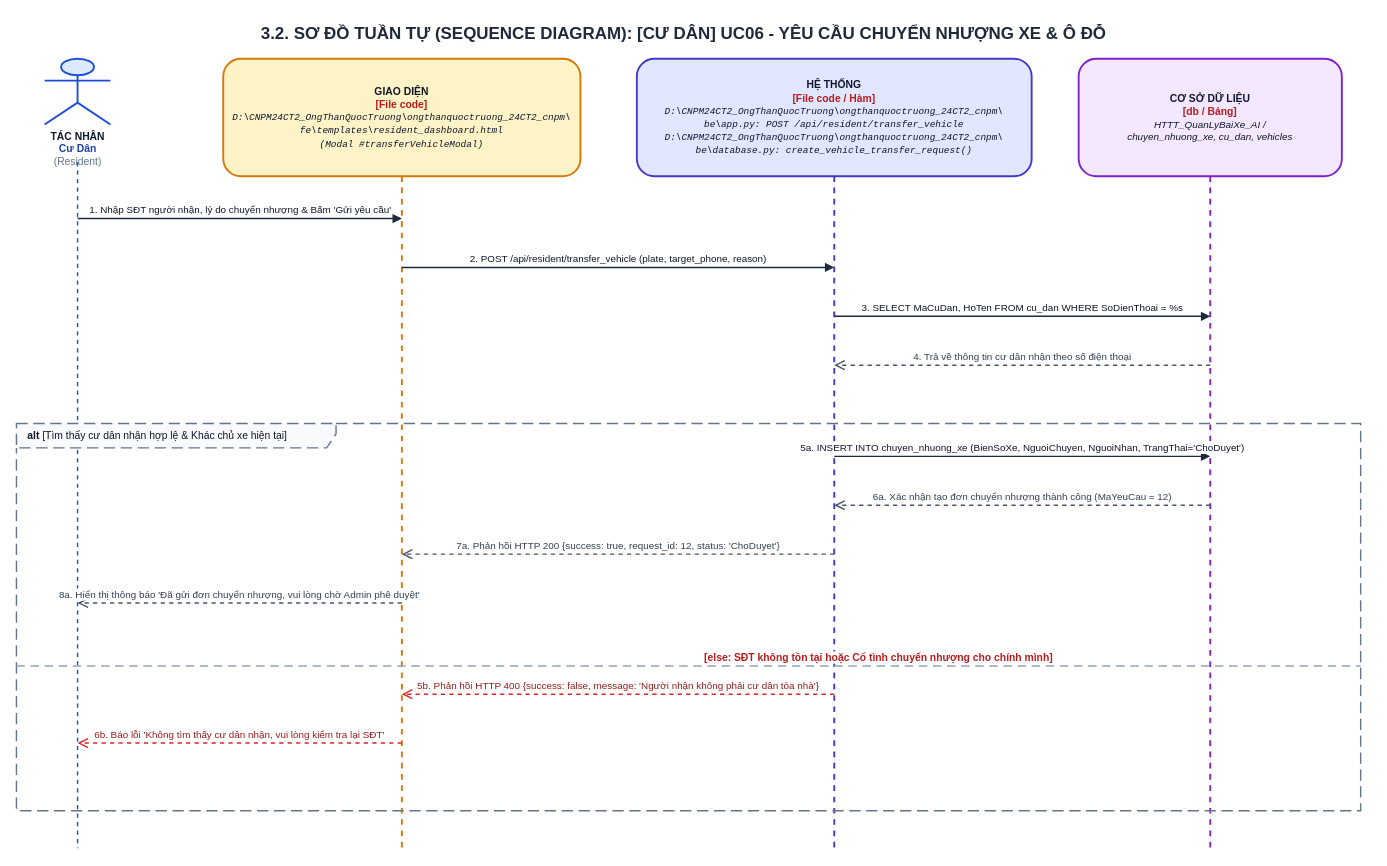
Above: ongthanquoctruong_24CT2_cnpm/docs/drawio/uc06_resident_transfer_request.drawio in Truong027/CNPM24 (draw.io), before the change. Source tidied: cells renumbered, new cells numbered last; positions are measured from the earlier drawing's top-left corner, leaving out a move shared by most shapes. Both pictures are drawn from the tidied source at 94%, with x=0, y=0 at pixel (16, 16).
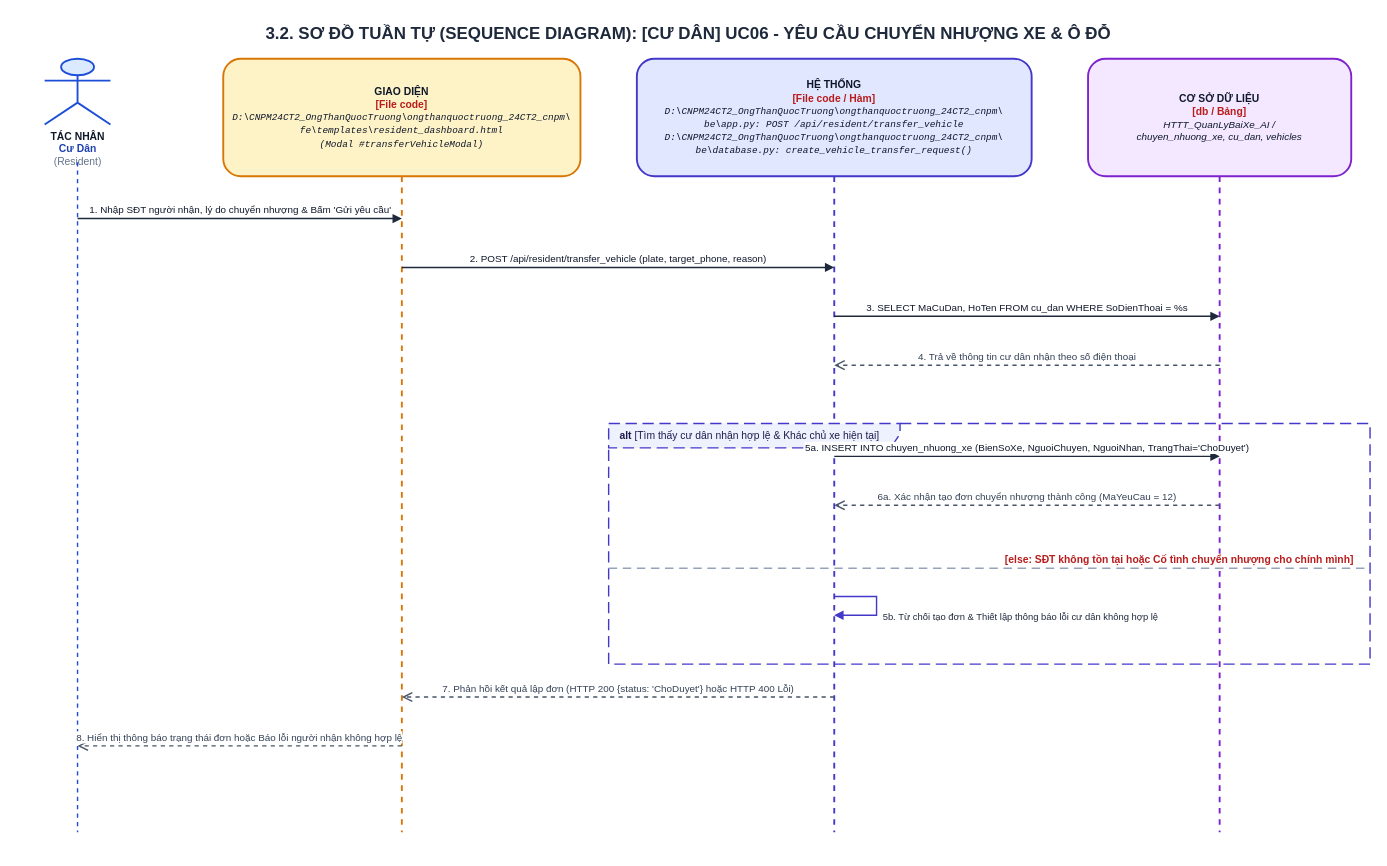
The same page after the edit.

The edit, as a diff of the source:
```diff
@@
     <mxCell id="2" value="&lt;b&gt;3.2. SƠ ĐỒ TUẦN TỰ (SEQUENCE DIAGRAM): [CƯ DÂN] UC06 - YÊU CẦU CHUYỂN NHƯỢNG XE &amp; Ô ĐỖ&lt;/b&gt;" style="text;html=1;strokeColor=none;fillColor=none;align=center;verticalAlign=middle;whiteSpace=wrap;rounded=0;fontSize=18;fontColor=#1E293B;fontStyle=1;" parent="1" vertex="1">
-      <mxGeometry width="1420" height="35" as="geometry" />
+      <mxGeometry width="1430" height="35" as="geometry" />
     </mxCell>
@@
     <mxCell id="4" style="endArrow=none;dashed=1;html=1;strokeWidth=1.5;strokeColor=#1D4ED8;" parent="1" edge="1">
       <mxGeometry relative="1" as="geometry">
         <mxPoint x="65" y="155" as="sourcePoint" />
-        <mxPoint x="65" y="885" as="targetPoint" />
+        <mxPoint x="65" y="868" as="targetPoint" />
       </mxGeometry>
     </mxCell>
     <mxCell id="5" value="&lt;b&gt;GIAO DIỆN&lt;/b&gt;&lt;br/&gt;&lt;font color='#B91C1C'&gt;&lt;b&gt;[File code]&lt;/b&gt;&lt;/font&gt;&lt;br/&gt;&lt;font style='font-size: 10px; font-family: Consolas, monospace;'&gt;&lt;i&gt;D:\CNPM24CT2_OngThanQuocTruong\ongthanquoctruong_24CT2_cnpm\&lt;br/&gt;fe\templates\resident_dashboard.html&lt;br/&gt;(Modal #transferVehicleModal)&lt;/i&gt;&lt;/font&gt;" style="shape=umlLifeline;perimeter=lifelinePerimeter;whiteSpace=wrap;html=1;size=125;fillColor=#FEF3C7;strokeColor=#D97706;strokeWidth=2;fontColor=#0F172A;rounded=1;shadow=0;fontSize=11;align=center;" parent="1" vertex="1">
-      <mxGeometry x="220" y="45" width="380" height="840" as="geometry" />
+      <mxGeometry x="220" y="45" width="380" height="823" as="geometry" />
     </mxCell>
     <mxCell id="6" value="&lt;b&gt;HỆ THỐNG&lt;/b&gt;&lt;br/&gt;&lt;font color='#B91C1C'&gt;&lt;b&gt;[File code / Hàm]&lt;/b&gt;&lt;/font&gt;&lt;br/&gt;&lt;font style='font-size: 10px; font-family: Consolas, monospace;'&gt;&lt;i&gt;D:\CNPM24CT2_OngThanQuocTruong\ongthanquoctruong_24CT2_cnpm\&lt;br/&gt;be\app.py: POST /api/resident/transfer_vehicle&lt;br/&gt;D:\CNPM24CT2_OngThanQuocTruong\ongthanquoctruong_24CT2_cnpm\&lt;br/&gt;be\database.py: create_vehicle_transfer_request()&lt;/i&gt;&lt;/font&gt;" style="shape=umlLifeline;perimeter=lifelinePerimeter;whiteSpace=wrap;html=1;size=125;fillColor=#E0E7FF;strokeColor=#4338CA;strokeWidth=2;fontColor=#0F172A;rounded=1;shadow=0;fontSize=11;align=center;" parent="1" vertex="1">
-      <mxGeometry x="660" y="45" width="420" height="840" as="geometry" />
+      <mxGeometry x="660" y="45" width="420" height="823" as="geometry" />
     </mxCell>
     <mxCell id="7" value="&lt;b&gt;CƠ SỞ DỮ LIỆU&lt;/b&gt;&lt;br/&gt;&lt;font color='#B91C1C'&gt;&lt;b&gt;[db / Bảng]&lt;/b&gt;&lt;/font&gt;&lt;br/&gt;&lt;font style='font-size: 10.5px;'&gt;&lt;i&gt;HTTT_QuanLyBaiXe_AI /&lt;br/&gt;chuyen_nhuong_xe, cu_dan, vehicles&lt;/i&gt;&lt;/font&gt;" style="shape=umlLifeline;perimeter=lifelinePerimeter;whiteSpace=wrap;html=1;size=125;fillColor=#F3E8FF;strokeColor=#7E22CE;strokeWidth=2;fontColor=#0F172A;rounded=1;shadow=0;fontSize=11;align=center;" parent="1" vertex="1">
-      <mxGeometry x="1130" y="45" width="280" height="840" as="geometry" />
+      <mxGeometry x="1140" y="45" width="280" height="823" as="geometry" />
     </mxCell>
@@
     <mxCell id="10" value="3. SELECT MaCuDan, HoTen FROM cu_dan WHERE SoDienThoai = %s" style="html=1;verticalAlign=bottom;endArrow=block;rounded=0;strokeColor=#1E293B;strokeWidth=1.5;fontColor=#0F172A;fontSize=10.5;" parent="1" edge="1">
       <mxGeometry relative="1" as="geometry">
         <mxPoint x="870" y="319" as="sourcePoint" />
-        <mxPoint x="1270" y="319" as="targetPoint" />
+        <mxPoint x="1280" y="319" as="targetPoint" />
       </mxGeometry>
     </mxCell>
     <mxCell id="11" value="4. Trả về thông tin cư dân nhận theo số điện thoại" style="html=1;verticalAlign=bottom;endArrow=open;dashed=1;endSize=8;rounded=0;strokeColor=#475569;strokeWidth=1.5;fontColor=#334155;fontSize=10.5;" parent="1" edge="1">
       <mxGeometry relative="1" as="geometry">
-        <mxPoint x="1270" y="371" as="sourcePoint" />
+        <mxPoint x="1280" y="371" as="sourcePoint" />
         <mxPoint x="870" y="371" as="targetPoint" />
       </mxGeometry>
     </mxCell>
-    <mxCell id="12" value="&lt;b&gt;alt&lt;/b&gt; [Tìm thấy cư dân nhận hợp lệ &amp; Khác chủ xe hiện tại]" style="shape=umlFrame;whiteSpace=wrap;html=1;width=340;height=26;dashed=1;dashPattern=8 4;strokeColor=#64748B;fillColor=#F8FAFC;strokeWidth=1.5;align=left;spacingLeft=10;verticalAlign=top;fontStyle=0;fontSize=11;fontColor=#0F172A;" parent="1" vertex="1">
-      <mxGeometry y="433" width="1430" height="412" as="geometry" />
+    <mxCell id="12" value="&lt;b&gt;alt&lt;/b&gt; [Tìm thấy cư dân nhận hợp lệ &amp; Khác chủ xe hiện tại]" style="shape=umlFrame;whiteSpace=wrap;html=1;width=310;height=26;dashed=1;dashPattern=8 4;strokeColor=#4338CA;fillColor=#EEF2FF;strokeWidth=1.5;align=left;spacingLeft=10;verticalAlign=top;fontStyle=0;fontSize=11;fontColor=#1E1B4B;" parent="1" vertex="1">
+      <mxGeometry x="630" y="433" width="810" height="256" as="geometry" />
     </mxCell>
     <mxCell id="13" value="5a. INSERT INTO chuyen_nhuong_xe (BienSoXe, NguoiChuyen, NguoiNhan, TrangThai='ChoDuyet')" style="html=1;verticalAlign=bottom;endArrow=block;rounded=0;strokeColor=#1E293B;strokeWidth=1.5;fontColor=#0F172A;fontSize=10.5;" parent="1" edge="1">
       <mxGeometry relative="1" as="geometry">
         <mxPoint x="870" y="468" as="sourcePoint" />
-        <mxPoint x="1270" y="468" as="targetPoint" />
+        <mxPoint x="1280" y="468" as="targetPoint" />
       </mxGeometry>
     </mxCell>
     <mxCell id="14" value="6a. Xác nhận tạo đơn chuyển nhượng thành công (MaYeuCau = 12)" style="html=1;verticalAlign=bottom;endArrow=open;dashed=1;endSize=8;rounded=0;strokeColor=#475569;strokeWidth=1.5;fontColor=#334155;fontSize=10.5;" parent="1" edge="1">
       <mxGeometry relative="1" as="geometry">
-        <mxPoint x="1270" y="520" as="sourcePoint" />
+        <mxPoint x="1280" y="520" as="sourcePoint" />
         <mxPoint x="870" y="520" as="targetPoint" />
       </mxGeometry>
     </mxCell>
-    <mxCell id="15" value="7a. Phản hồi HTTP 200 {success: true, request_id: 12, status: 'ChoDuyet'}" style="html=1;verticalAlign=bottom;endArrow=open;dashed=1;endSize=8;rounded=0;strokeColor=#475569;strokeWidth=1.5;fontColor=#334155;fontSize=10.5;" parent="1" edge="1">
-      <mxGeometry relative="1" as="geometry">
-        <mxPoint x="870" y="572" as="sourcePoint" />
-        <mxPoint x="410" y="572" as="targetPoint" />
-      </mxGeometry>
-    </mxCell>
-    <mxCell id="16" value="8a. Hiển thị thông báo 'Đã gửi đơn chuyển nhượng, vui lòng chờ Admin phê duyệt'" style="html=1;verticalAlign=bottom;endArrow=open;dashed=1;endSize=8;rounded=0;strokeColor=#475569;strokeWidth=1.5;fontColor=#334155;fontSize=10.5;" parent="1" edge="1">
-      <mxGeometry relative="1" as="geometry">
-        <mxPoint x="410" y="624" as="sourcePoint" />
-        <mxPoint x="65" y="624" as="targetPoint" />
-      </mxGeometry>
-    </mxCell>
     <mxCell id="17" value="&lt;b&gt;[else: SĐT không tồn tại hoặc Cố tình chuyển nhượng cho chính mình]&lt;/b&gt;" style="html=1;strokeWidth=1.5;strokeColor=#94A3B8;dashed=1;dashPattern=6 4;endArrow=none;align=left;verticalAlign=bottom;spacingLeft=15;fontColor=#B91C1C;fontSize=11;fontStyle=0;" parent="1" edge="1">
       <mxGeometry relative="1" as="geometry">
-        <mxPoint y="691" as="sourcePoint" />
-        <mxPoint x="1430" y="691" as="targetPoint" />
+        <mxPoint x="630" y="587" as="sourcePoint" />
+        <mxPoint x="1440" y="587" as="targetPoint" />
       </mxGeometry>
     </mxCell>
-    <mxCell id="18" value="5b. Phản hồi HTTP 400 {success: false, message: 'Người nhận không phải cư dân tòa nhà'}" style="html=1;verticalAlign=bottom;endArrow=open;dashed=1;endSize=8;rounded=0;strokeColor=#DC2626;strokeWidth=1.5;fontColor=#991B1B;fontSize=10.5;" parent="1" edge="1">
+    <mxCell id="18" value="5b. Từ chối tạo đơn &amp; Thiết lập thông báo lỗi cư dân không hợp lệ" style="html=1;align=left;spacingLeft=5;verticalAlign=top;endArrow=block;rounded=0;edgeStyle=orthogonalEdgeStyle;curved=0;strokeColor=#4338CA;strokeWidth=1.5;fontColor=#1E293B;fontSize=10;" parent="1" edge="1">
       <mxGeometry relative="1" as="geometry">
-        <mxPoint x="870" y="721" as="sourcePoint" />
-        <mxPoint x="410" y="721" as="targetPoint" />
+        <mxPoint x="870" y="617" as="sourcePoint" />
+        <mxPoint x="870" y="637" as="targetPoint" />
+        <Array as="points">
+          <mxPoint x="915" y="617" />
+          <mxPoint x="915" y="637" />
+        </Array>
       </mxGeometry>
     </mxCell>
-    <mxCell id="19" value="6b. Báo lỗi 'Không tìm thấy cư dân nhận, vui lòng kiểm tra lại SĐT'" style="html=1;verticalAlign=bottom;endArrow=open;dashed=1;endSize=8;rounded=0;strokeColor=#DC2626;strokeWidth=1.5;fontColor=#991B1B;fontSize=10.5;" parent="1" edge="1">
-      <mxGeometry relative="1" as="geometry">
-        <mxPoint x="410" y="773" as="sourcePoint" />
-        <mxPoint x="65" y="773" as="targetPoint" />
-      </mxGeometry>
-    </mxCell>
+    <mxCell id="20" value="7. Phản hồi kết quả lập đơn (HTTP 200 {status: 'ChoDuyet'} hoặc HTTP 400 Lỗi)" style="html=1;verticalAlign=bottom;endArrow=open;dashed=1;endSize=8;rounded=0;strokeColor=#475569;strokeWidth=1.5;fontColor=#334155;fontSize=10.5;" parent="1" edge="1">
+      <mxGeometry relative="1" as="geometry">
+        <mxPoint x="870" y="724" as="sourcePoint" />
+        <mxPoint x="410" y="724" as="targetPoint" />
+      </mxGeometry>
+    </mxCell>
+    <mxCell id="21" value="8. Hiển thị thông báo trạng thái đơn hoặc Báo lỗi người nhận không hợp lệ" style="html=1;verticalAlign=bottom;endArrow=open;dashed=1;endSize=8;rounded=0;strokeColor=#475569;strokeWidth=1.5;fontColor=#334155;fontSize=10.5;" parent="1" edge="1">
+      <mxGeometry relative="1" as="geometry">
+        <mxPoint x="410" y="776" as="sourcePoint" />
+        <mxPoint x="65" y="776" as="targetPoint" />
+      </mxGeometry>
+    </mxCell>
```
